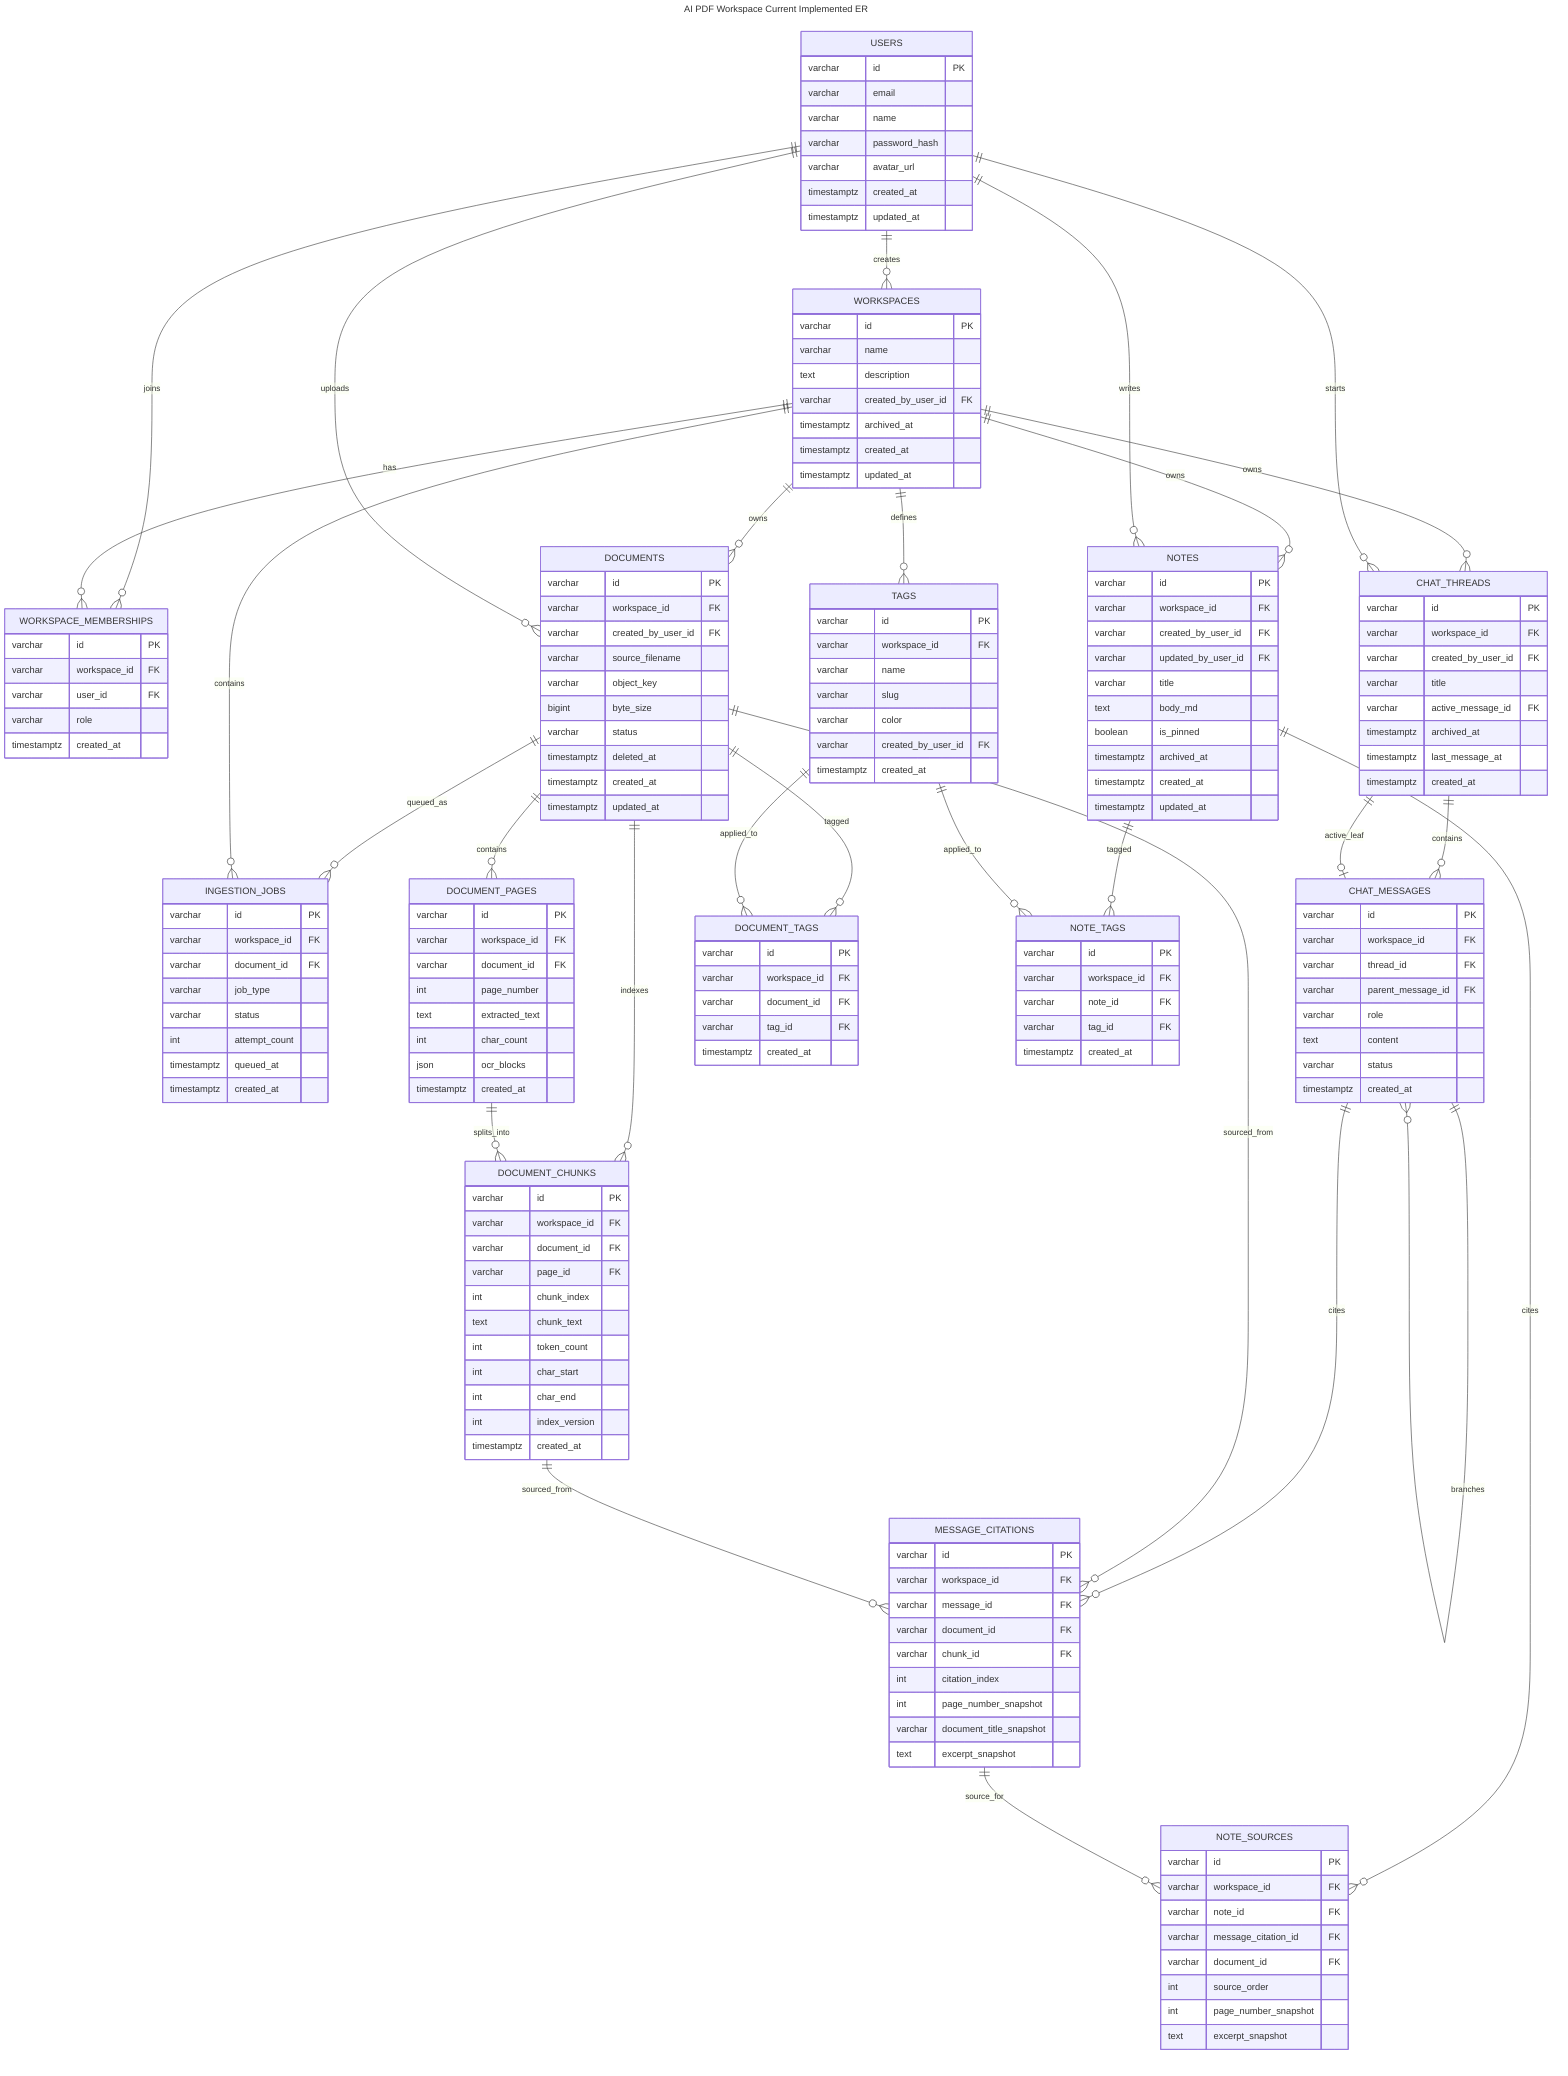
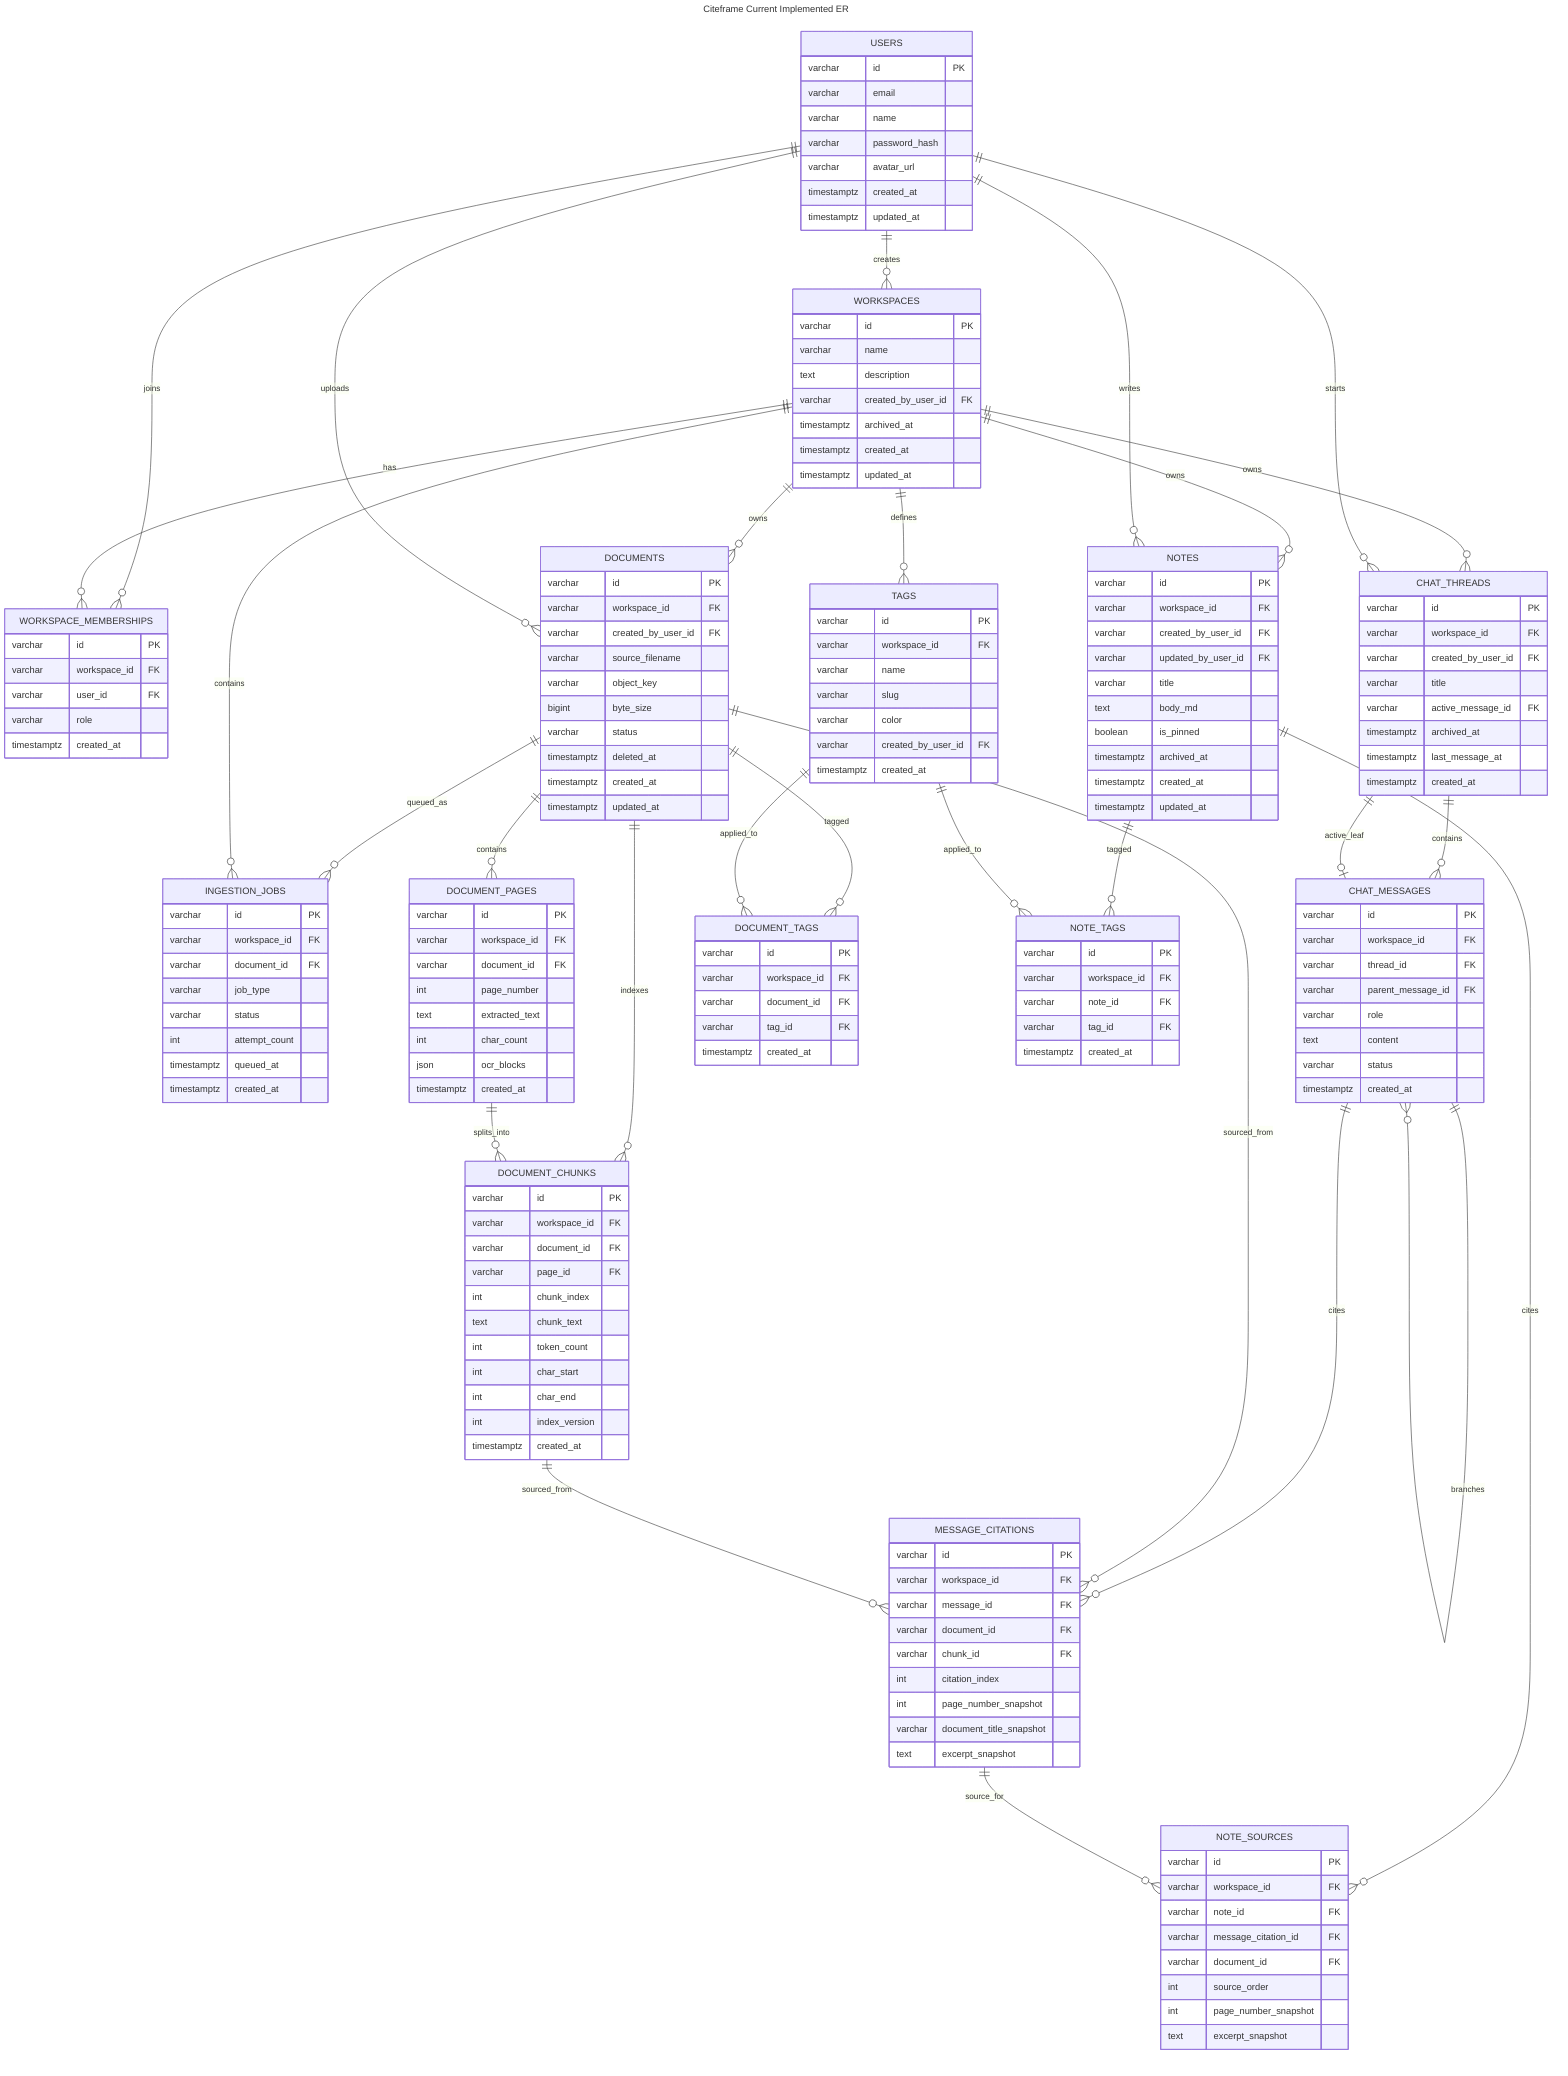
---
- title: AI PDF Workspace Current Implemented ER
+ title: Citeframe Current Implemented ER
---
erDiagram
    USERS {
        varchar id PK
        varchar email
        varchar name
        varchar password_hash
        varchar avatar_url
        timestamptz created_at
        timestamptz updated_at
    }

    WORKSPACES {
        varchar id PK
        varchar name
        text description
        varchar created_by_user_id FK
        timestamptz archived_at
        timestamptz created_at
        timestamptz updated_at
    }

    WORKSPACE_MEMBERSHIPS {
        varchar id PK
        varchar workspace_id FK
        varchar user_id FK
        varchar role
        timestamptz created_at
    }

    DOCUMENTS {
        varchar id PK
        varchar workspace_id FK
        varchar created_by_user_id FK
        varchar source_filename
        varchar object_key
        bigint byte_size
        varchar status
        timestamptz deleted_at
        timestamptz created_at
        timestamptz updated_at
    }

    INGESTION_JOBS {
        varchar id PK
        varchar workspace_id FK
        varchar document_id FK
        varchar job_type
        varchar status
        int attempt_count
        timestamptz queued_at
        timestamptz created_at
    }

    DOCUMENT_PAGES {
        varchar id PK
        varchar workspace_id FK
        varchar document_id FK
        int page_number
        text extracted_text
        int char_count
        json ocr_blocks
        timestamptz created_at
    }

    DOCUMENT_CHUNKS {
        varchar id PK
        varchar workspace_id FK
        varchar document_id FK
        varchar page_id FK
        int chunk_index
        text chunk_text
        int token_count
        int char_start
        int char_end
        int index_version
        timestamptz created_at
    }

    CHAT_THREADS {
        varchar id PK
        varchar workspace_id FK
        varchar created_by_user_id FK
        varchar title
        varchar active_message_id FK
        timestamptz archived_at
        timestamptz last_message_at
        timestamptz created_at
    }

    CHAT_MESSAGES {
        varchar id PK
        varchar workspace_id FK
        varchar thread_id FK
        varchar parent_message_id FK
        varchar role
        text content
        varchar status
        timestamptz created_at
    }

    MESSAGE_CITATIONS {
        varchar id PK
        varchar workspace_id FK
        varchar message_id FK
        varchar document_id FK
        varchar chunk_id FK
        int citation_index
        int page_number_snapshot
        varchar document_title_snapshot
        text excerpt_snapshot
    }

    NOTES {
        varchar id PK
        varchar workspace_id FK
        varchar created_by_user_id FK
        varchar updated_by_user_id FK
        varchar title
        text body_md
        boolean is_pinned
        timestamptz archived_at
        timestamptz created_at
        timestamptz updated_at
    }

    NOTE_SOURCES {
        varchar id PK
        varchar workspace_id FK
        varchar note_id FK
        varchar message_citation_id FK
        varchar document_id FK
        int source_order
        int page_number_snapshot
        text excerpt_snapshot
    }

    TAGS {
        varchar id PK
        varchar workspace_id FK
        varchar name
        varchar slug
        varchar color
        varchar created_by_user_id FK
        timestamptz created_at
    }

    DOCUMENT_TAGS {
        varchar id PK
        varchar workspace_id FK
        varchar document_id FK
        varchar tag_id FK
        timestamptz created_at
    }

    NOTE_TAGS {
        varchar id PK
        varchar workspace_id FK
        varchar note_id FK
        varchar tag_id FK
        timestamptz created_at
    }

    USERS ||--o{ WORKSPACES : creates
    USERS ||--o{ WORKSPACE_MEMBERSHIPS : joins
    WORKSPACES ||--o{ WORKSPACE_MEMBERSHIPS : has
    WORKSPACES ||--o{ DOCUMENTS : owns
    USERS ||--o{ DOCUMENTS : uploads
    DOCUMENTS ||--o{ INGESTION_JOBS : queued_as
    DOCUMENTS ||--o{ DOCUMENT_PAGES : contains
    DOCUMENTS ||--o{ DOCUMENT_CHUNKS : indexes
    DOCUMENT_PAGES ||--o{ DOCUMENT_CHUNKS : splits_into
    WORKSPACES ||--o{ INGESTION_JOBS : contains
    WORKSPACES ||--o{ CHAT_THREADS : owns
    USERS ||--o{ CHAT_THREADS : starts
    CHAT_THREADS ||--o{ CHAT_MESSAGES : contains
    CHAT_THREADS ||--o| CHAT_MESSAGES : active_leaf
    CHAT_MESSAGES ||--o{ CHAT_MESSAGES : branches
    CHAT_MESSAGES ||--o{ MESSAGE_CITATIONS : cites
    DOCUMENTS ||--o{ MESSAGE_CITATIONS : sourced_from
    DOCUMENT_CHUNKS ||--o{ MESSAGE_CITATIONS : sourced_from
    WORKSPACES ||--o{ NOTES : owns
    USERS ||--o{ NOTES : writes
    NOTES ||--o{ NOTE_SOURCES : cites
    MESSAGE_CITATIONS ||--o{ NOTE_SOURCES : source_for
    WORKSPACES ||--o{ TAGS : defines
    DOCUMENTS ||--o{ DOCUMENT_TAGS : tagged
    TAGS ||--o{ DOCUMENT_TAGS : applied_to
    NOTES ||--o{ NOTE_TAGS : tagged
    TAGS ||--o{ NOTE_TAGS : applied_to
